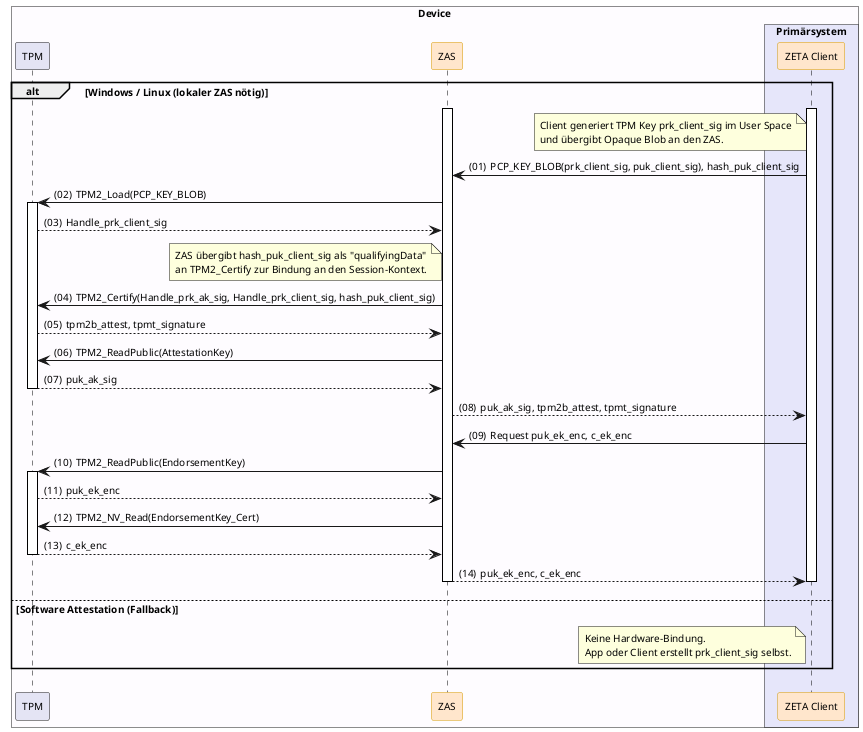
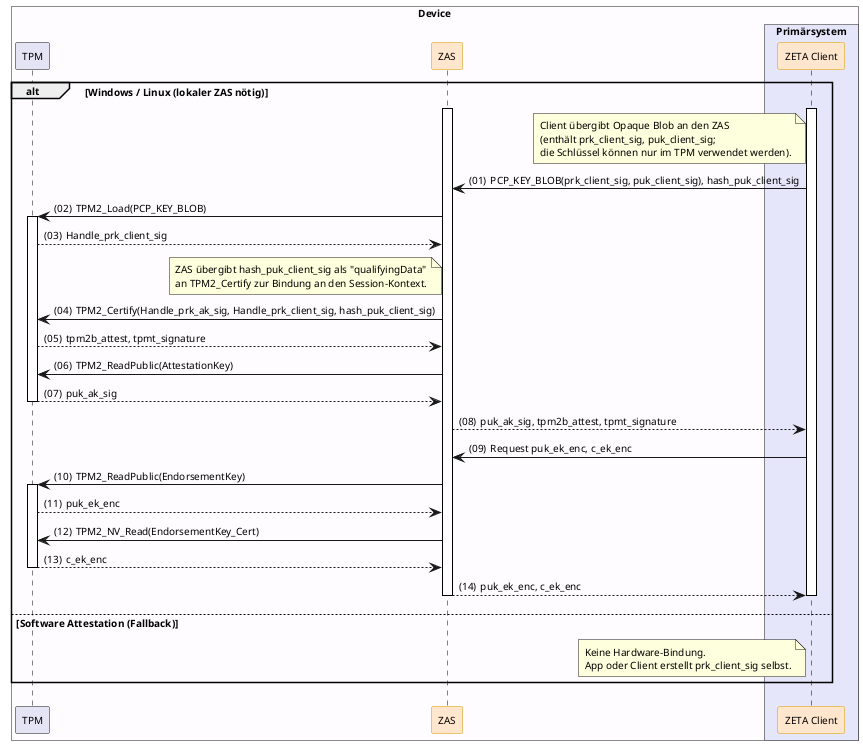
@startuml "key-preparation"
autonumber "(00)"
skinparam defaultFontSize 10
skinparam defaultFontName Helvetica
skinparam DefaultMonospacedFontName Courier
skinparam lengthAdjust none
skinparam sequenceReferenceBackgroundColor White
skinparam SequenceReferenceFontSize 12
skinparam sequenceMessageAlign left
hide stereotype

' Box colors
!define LEI_COLOR #GhostWhite
!define LEI_COMPONENT_COLOR #E4E4F4
!define PRIMAERSYSTEM_COLOR #Lavender
!define DEVICE_COLOR #fefcff

' Participant colors
<style>
sequenceDiagram {
  participant {
    .zeta {
      BackgroundColor #FFE6CC
      LineColor #D79B00
    }
  }
  lifeline {
    BackgroundColor White
    LineColor Black
  }
}
</style>

!pragma teoz true

box "Device" DEVICE_COLOR
  participant "TPM" as TPM LEI_COMPONENT_COLOR
  participant ZAS as "ZAS" <<zeta>>
  box "Primärsystem" PRIMAERSYSTEM_COLOR
    participant Client as "ZETA Client" <<zeta>>
  end box
end box

alt Windows / Linux (lokaler ZAS nötig)

    Client++
    ZAS++

-     note left of Client: Client generiert TPM Key prk_client_sig im User Space\nund übergibt Opaque Blob an den ZAS.
+     note left of Client: Client übergibt Opaque Blob an den ZAS\n(enthält prk_client_sig, puk_client_sig;\ndie Schlüssel können nur im TPM verwendet werden).
    Client -> ZAS: PCP_KEY_BLOB(prk_client_sig, puk_client_sig), hash_puk_client_sig

    ZAS -> TPM++: TPM2_Load(PCP_KEY_BLOB)
    TPM --> ZAS: Handle_prk_client_sig

    note left of ZAS: ZAS übergibt hash_puk_client_sig als "qualifyingData"\nan TPM2_Certify zur Bindung an den Session-Kontext.
    ZAS -> TPM: TPM2_Certify(Handle_prk_ak_sig, Handle_prk_client_sig, hash_puk_client_sig)
    TPM --> ZAS: tpm2b_attest, tpmt_signature
    ZAS -> TPM: TPM2_ReadPublic(AttestationKey)
    TPM --> ZAS--: puk_ak_sig

    ZAS --> Client: puk_ak_sig, tpm2b_attest, tpmt_signature

    Client -> ZAS: Request puk_ek_enc, c_ek_enc
    ZAS -> TPM++: TPM2_ReadPublic(EndorsementKey)
    TPM --> ZAS: puk_ek_enc
    ZAS -> TPM: TPM2_NV_Read(EndorsementKey_Cert)
    TPM --> ZAS--: c_ek_enc
    ZAS --> Client--: puk_ek_enc, c_ek_enc
    Client--

else Software Attestation (Fallback)
    note left of Client: Keine Hardware-Bindung.\nApp oder Client erstellt prk_client_sig selbst.
end

@enduml